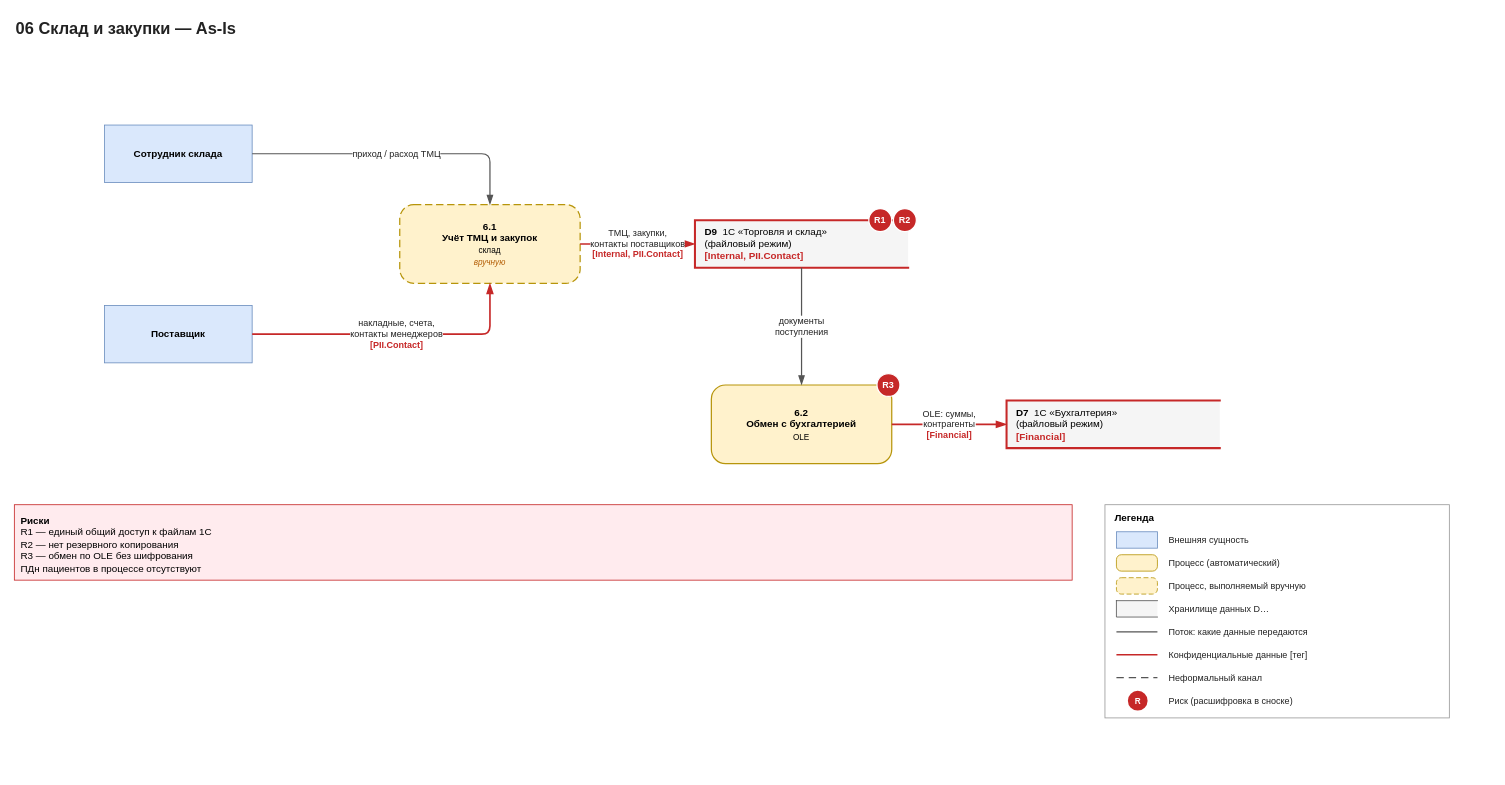
The draw.io diagram page "As-Is" (1 of 2) of Task1/dfd/06-sklad.drawio in iudanet/architecture-medikamente, before the edit. Source tidied: cells renumbered, new cells numbered last; positions are measured from the earlier drawing's top-left corner, leaving out a move shared by most shapes. Both pictures are drawn from the tidied source at 82%, with x=0, y=0 at pixel (14, 14).
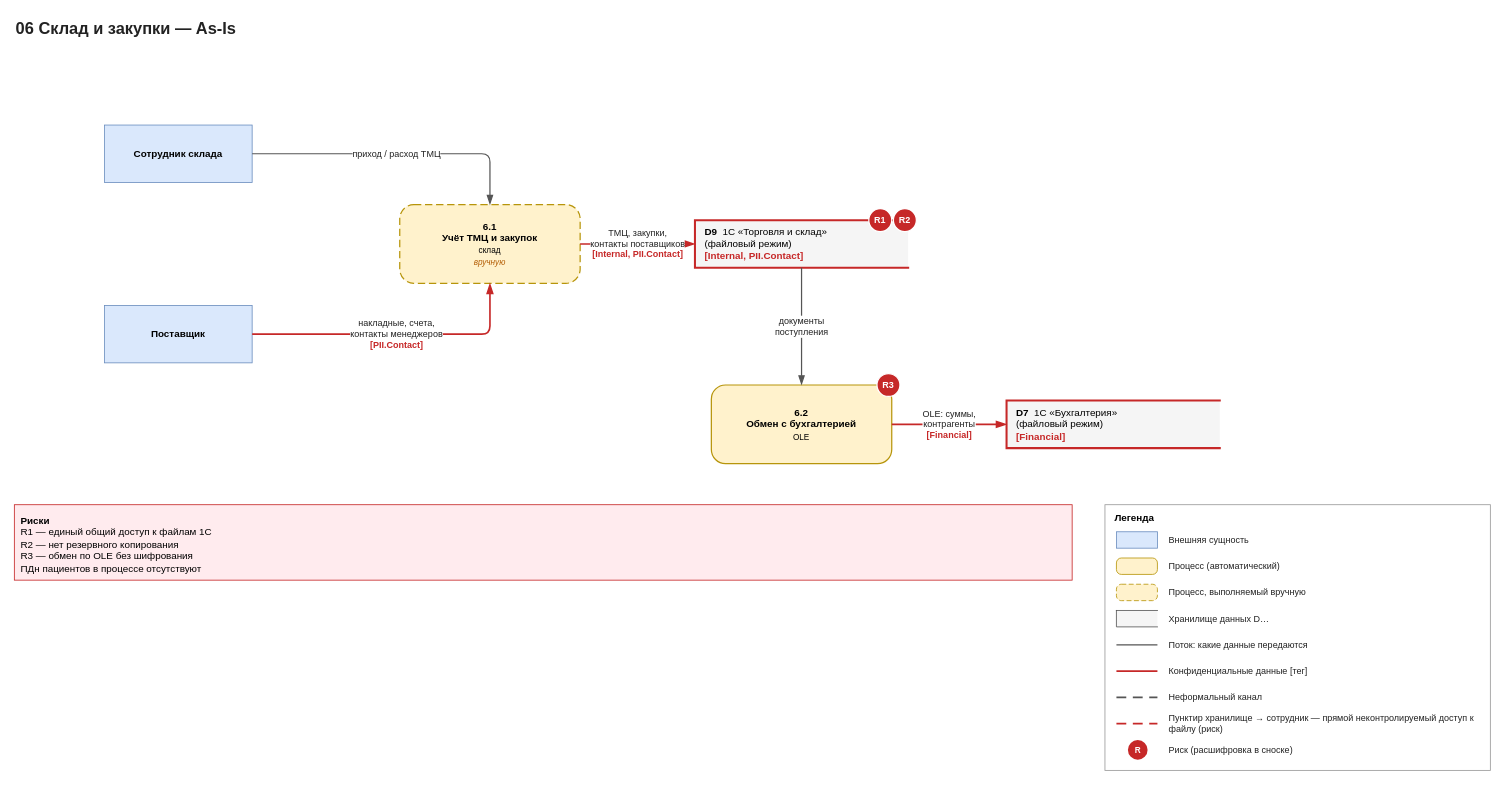
The same diagram, later.

Diff of the diagram source:
```diff
@@
     <mxCell id="18" value="&lt;b&gt;Легенда&lt;/b&gt;" style="rounded=0;whiteSpace=wrap;html=1;fillColor=#FFFFFF;strokeColor=#999999;align=left;verticalAlign=top;spacingLeft=10;spacingTop=2;fontSize=12;" parent="1" vertex="1">
-      <mxGeometry x="1330" y="598" width="420" height="260" as="geometry" />
+      <mxGeometry x="1330" y="598" width="470" height="324" as="geometry" />
     </mxCell>
@@
     <mxCell id="20" value="Внешняя сущность" style="text;html=1;whiteSpace=wrap;align=left;verticalAlign=middle;fontSize=11;fontColor=#222222;" parent="1" vertex="1">
-      <mxGeometry x="1406" y="628" width="336" height="26" as="geometry" />
+      <mxGeometry x="1406" y="626" width="386" height="30" as="geometry" />
     </mxCell>
     <mxCell id="21" style="rounded=1;arcSize=30;html=1;fillColor=#FFF2CC;strokeColor=#B7950B;" parent="1" vertex="1">
-      <mxGeometry x="1344" y="659" width="50" height="20" as="geometry" />
+      <mxGeometry x="1344" y="663" width="50" height="20" as="geometry" />
     </mxCell>
     <mxCell id="22" value="Процесс (автоматический)" style="text;html=1;whiteSpace=wrap;align=left;verticalAlign=middle;fontSize=11;fontColor=#222222;" parent="1" vertex="1">
-      <mxGeometry x="1406" y="656" width="336" height="26" as="geometry" />
+      <mxGeometry x="1406" y="658" width="386" height="30" as="geometry" />
     </mxCell>
     <mxCell id="23" style="rounded=1;arcSize=30;html=1;fillColor=#FFF2CC;strokeColor=#B7950B;dashed=1;dashPattern=6 3;" parent="1" vertex="1">
-      <mxGeometry x="1344" y="687" width="50" height="20" as="geometry" />
+      <mxGeometry x="1344" y="695" width="50" height="20" as="geometry" />
     </mxCell>
     <mxCell id="24" value="Процесс, выполняемый вручную" style="text;html=1;whiteSpace=wrap;align=left;verticalAlign=middle;fontSize=11;fontColor=#222222;" parent="1" vertex="1">
-      <mxGeometry x="1406" y="684" width="336" height="26" as="geometry" />
+      <mxGeometry x="1406" y="690" width="386" height="30" as="geometry" />
     </mxCell>
     <mxCell id="25" style="shape=partialRectangle;right=0;html=1;fillColor=#F5F5F5;strokeColor=#555555;" parent="1" vertex="1">
-      <mxGeometry x="1344" y="715" width="50" height="20" as="geometry" />
+      <mxGeometry x="1344" y="727" width="50" height="20" as="geometry" />
     </mxCell>
     <mxCell id="26" value="Хранилище данных D…" style="text;html=1;whiteSpace=wrap;align=left;verticalAlign=middle;fontSize=11;fontColor=#222222;" parent="1" vertex="1">
-      <mxGeometry x="1406" y="712" width="336" height="26" as="geometry" />
+      <mxGeometry x="1406" y="722" width="386" height="30" as="geometry" />
     </mxCell>
     <mxCell id="27" style="shape=line;html=1;strokeColor=#555555;strokeWidth=1.5;" parent="1" vertex="1">
-      <mxGeometry x="1344" y="747" width="50" height="12" as="geometry" />
+      <mxGeometry x="1344" y="763" width="50" height="12" as="geometry" />
     </mxCell>
     <mxCell id="28" value="Поток: какие данные передаются" style="text;html=1;whiteSpace=wrap;align=left;verticalAlign=middle;fontSize=11;fontColor=#222222;" parent="1" vertex="1">
-      <mxGeometry x="1406" y="740" width="336" height="26" as="geometry" />
+      <mxGeometry x="1406" y="754" width="386" height="30" as="geometry" />
     </mxCell>
     <mxCell id="29" style="shape=line;html=1;strokeColor=#C62828;strokeWidth=2;" parent="1" vertex="1">
-      <mxGeometry x="1344" y="775" width="50" height="12" as="geometry" />
+      <mxGeometry x="1344" y="795" width="50" height="12" as="geometry" />
     </mxCell>
     <mxCell id="30" value="Конфиденциальные данные [тег]" style="text;html=1;whiteSpace=wrap;align=left;verticalAlign=middle;fontSize=11;fontColor=#222222;" parent="1" vertex="1">
-      <mxGeometry x="1406" y="768" width="336" height="26" as="geometry" />
+      <mxGeometry x="1406" y="786" width="386" height="30" as="geometry" />
     </mxCell>
-    <mxCell id="31" style="shape=line;html=1;strokeColor=#555555;strokeWidth=1.5;dashed=1;dashPattern=6 4;" parent="1" vertex="1">
-      <mxGeometry x="1344" y="803" width="50" height="12" as="geometry" />
+    <mxCell id="31" style="shape=line;html=1;strokeColor=#555555;strokeWidth=2;dashed=1;dashPattern=6 4;" parent="1" vertex="1">
+      <mxGeometry x="1344" y="827" width="50" height="12" as="geometry" />
     </mxCell>
     <mxCell id="32" value="Неформальный канал" style="text;html=1;whiteSpace=wrap;align=left;verticalAlign=middle;fontSize=11;fontColor=#222222;" parent="1" vertex="1">
-      <mxGeometry x="1406" y="796" width="336" height="26" as="geometry" />
+      <mxGeometry x="1406" y="818" width="386" height="30" as="geometry" />
     </mxCell>
-    <mxCell id="33" value="&lt;b&gt;R&lt;/b&gt;" style="ellipse;html=1;fillColor=#C62828;strokeColor=none;fontColor=#FFFFFF;fontSize=10;" parent="1" vertex="1">
-      <mxGeometry x="1358" y="825" width="24" height="24" as="geometry" />
+    <mxCell id="33" style="shape=line;html=1;strokeColor=#C62828;strokeWidth=2;dashed=1;dashPattern=6 4;" parent="1" vertex="1">
+      <mxGeometry x="1344" y="859" width="50" height="12" as="geometry" />
     </mxCell>
-    <mxCell id="34" value="Риск (расшифровка в сноске)" style="text;html=1;whiteSpace=wrap;align=left;verticalAlign=middle;fontSize=11;fontColor=#222222;" parent="1" vertex="1">
-      <mxGeometry x="1406" y="824" width="336" height="26" as="geometry" />
+    <mxCell id="34" value="Пунктир хранилище → сотрудник — прямой неконтролируемый доступ к файлу (риск)" style="text;html=1;whiteSpace=wrap;align=left;verticalAlign=middle;fontSize=11;fontColor=#222222;" parent="1" vertex="1">
+      <mxGeometry x="1406" y="850" width="386" height="30" as="geometry" />
     </mxCell>
+    <mxCell id="35" value="&lt;b&gt;R&lt;/b&gt;" style="ellipse;html=1;fillColor=#C62828;strokeColor=none;fontColor=#FFFFFF;fontSize=10;" parent="1" vertex="1">
+      <mxGeometry x="1358" y="885" width="24" height="24" as="geometry" />
+    </mxCell>
+    <mxCell id="36" value="Риск (расшифровка в сноске)" style="text;html=1;whiteSpace=wrap;align=left;verticalAlign=middle;fontSize=11;fontColor=#222222;" parent="1" vertex="1">
+      <mxGeometry x="1406" y="882" width="386" height="30" as="geometry" />
+    </mxCell>
```
